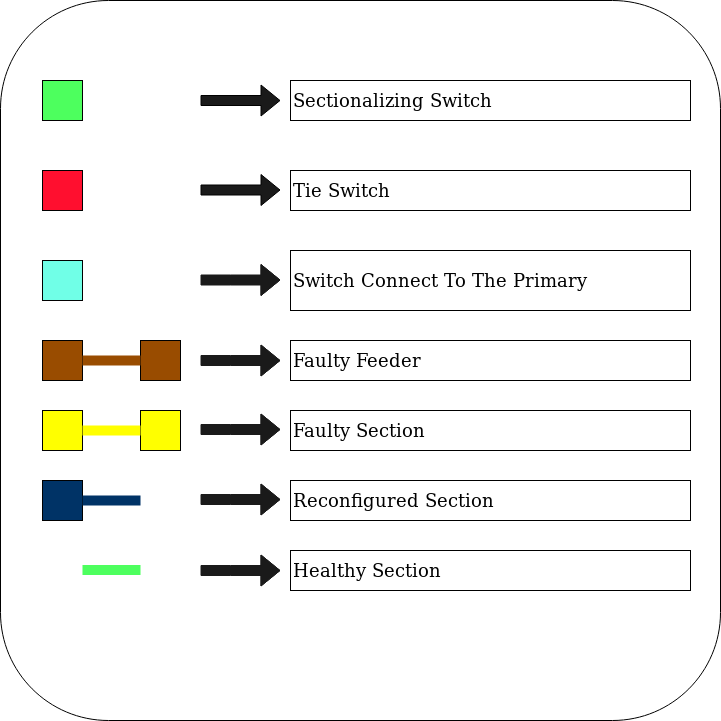
budget-apps/Leco-Electric-Power-Management-2 keeps this draw.io diagram as src/assets/img/Details2.png. Above is the earlier version. Source tidied: cells renumbered, new cells last; positions are measured from the earlier drawing's top-left corner, leaving out a move shared by most shapes.
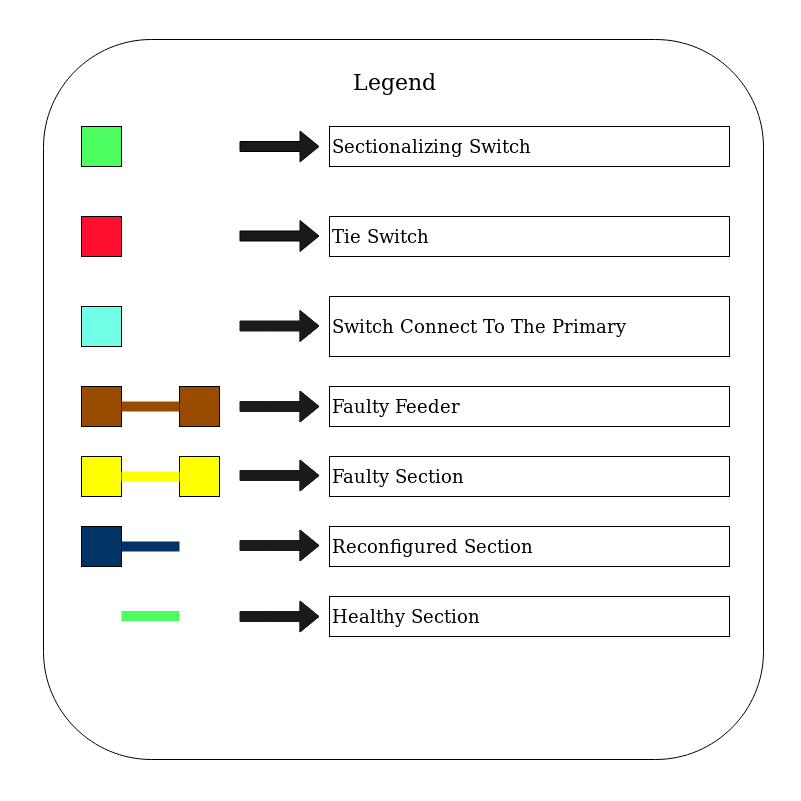
The same diagram one commit later.

The edit, as a diff of the source:
```diff
@@ -125,8 +125,14 @@
         </Array>
       </mxGeometry>
     </mxCell>
-    <mxCell id="28" style="whiteSpace=wrap;html=1;strokeColor=#000000;strokeWidth=1;fillColor=none;fontSize=18;align=left;rounded=1;" parent="1" vertex="1">
-      <mxGeometry width="720" height="720" as="geometry" />
+    <mxCell id="28" style="margin: 10;whiteSpace=wrap;html=1;strokeColor=#000000;strokeWidth=1;fillColor=none;fontSize=18;align=left;rounded=1;comic=0;glass=0;imageAspect=1;" parent="1" vertex="1">
+      <mxGeometry x="4" y="-7" width="720" height="720" as="geometry" />
     </mxCell>
+    <mxCell id="29" value="&lt;font style=&quot;font-size: 22px&quot;&gt;Legend&lt;/font&gt;" style="text;html=1;strokeColor=none;fillColor=none;align=center;verticalAlign=middle;whiteSpace=wrap;rounded=0;" parent="1" vertex="1">
+      <mxGeometry x="267" y="20" width="175" height="30" as="geometry" />
+    </mxCell>
+    <mxCell id="30" style="whiteSpace=wrap;html=1;rounded=0;glass=0;comic=0;strokeWidth=1;fillColor=none;strokeColor=#FFFFFF;" parent="1" vertex="1">
+      <mxGeometry x="-39" y="-46" width="800" height="800" as="geometry" />
+    </mxCell>
   </root>
 </mxGraphModel>
```
